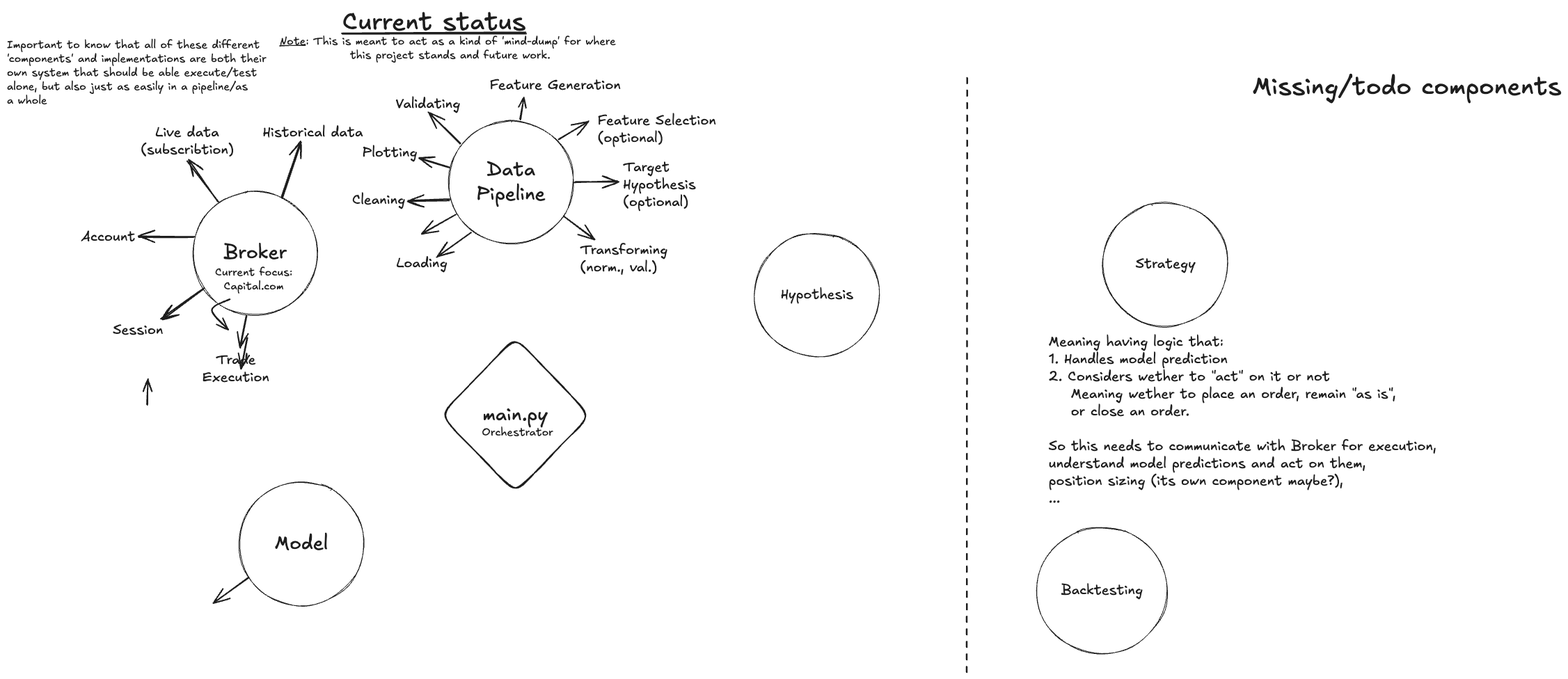
The Excalidraw diagram excalidraw/current_progress.excalidraw.png in DanielWestgaard/ml-pred, before a commit. Source tidied: one line per element, renumbered; positions are measured from the earlier drawing's top-left corner, leaving out a move shared by most shapes.
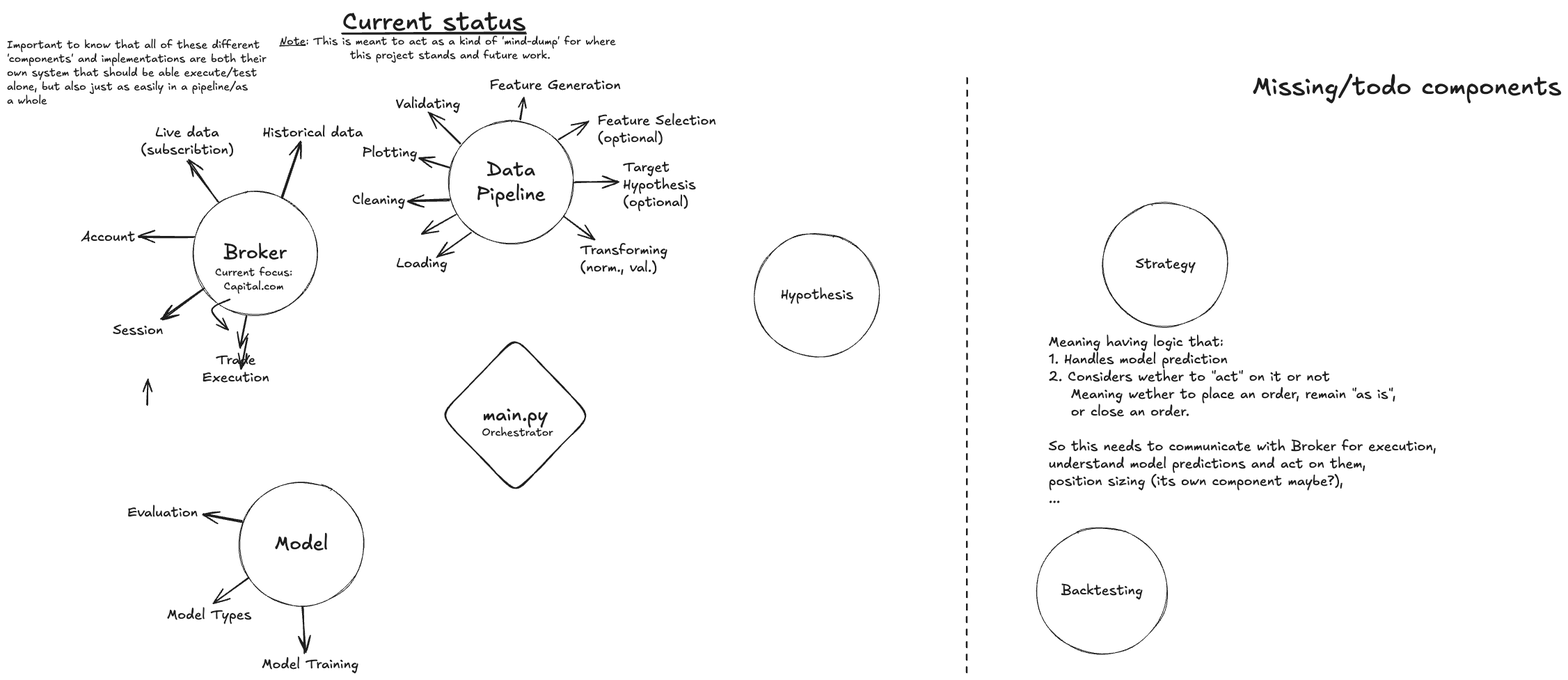
After the commit.

Commit message:
model parts

What changed in the source:
```diff
@@ -49,3 +49,8 @@
 {"id": 48, "type": "ellipse", "strokeColor": "#1e1e1e", "strokeWidth": 1, "roughness": 1, "round": true, "x": 1479, "y": 748, "width": 189, "height": 182}
 {"id": 49, "type": "text", "text": "Backtesting", "strokeColor": "#1e1e1e", "strokeWidth": 1, "roughness": 1, "fontSize": 20, "fontFamily": 5, "textAlign": "center", "verticalAlign": "middle", "inside": 48, "x": 1514, "y": 827, "width": 118, "height": 25}
 {"id": 50, "type": "arrow", "strokeColor": "#1e1e1e", "strokeWidth": 2, "roughness": 1, "endArrowhead": "arrow", "round": true, "from": 8, "x": 346, "y": 821, "width": 50, "height": 36, "points": [[0, 0], [-50, 36]]}
+{"id": 51, "type": "text", "text": "Model Types", "strokeColor": "#1e1e1e", "strokeWidth": 2, "roughness": 1, "fontSize": 20, "fontFamily": 5, "x": 230, "y": 861, "width": 121, "height": 25}
+{"id": 52, "type": "arrow", "strokeColor": "#1e1e1e", "strokeWidth": 2, "roughness": 1, "endArrowhead": "arrow", "round": true, "from": 8, "x": 425, "y": 863, "width": 3, "height": 65, "points": [[0, 0], [3, 65]]}
+{"id": 53, "type": "text", "text": "Model Training", "strokeColor": "#1e1e1e", "strokeWidth": 2, "roughness": 1, "fontSize": 20, "fontFamily": 5, "x": 366, "y": 933, "width": 139, "height": 25}
+{"id": 54, "type": "arrow", "strokeColor": "#1e1e1e", "strokeWidth": 2, "roughness": 1, "endArrowhead": "arrow", "round": true, "from": 8, "x": 339, "y": 739, "width": 57, "height": 10, "points": [[0, 0], [-57, -10]]}
+{"id": 55, "type": "text", "text": "Evaluation", "strokeColor": "#1e1e1e", "strokeWidth": 2, "roughness": 1, "fontSize": 20, "fontFamily": 5, "x": 173, "y": 714, "width": 101, "height": 25}
```
